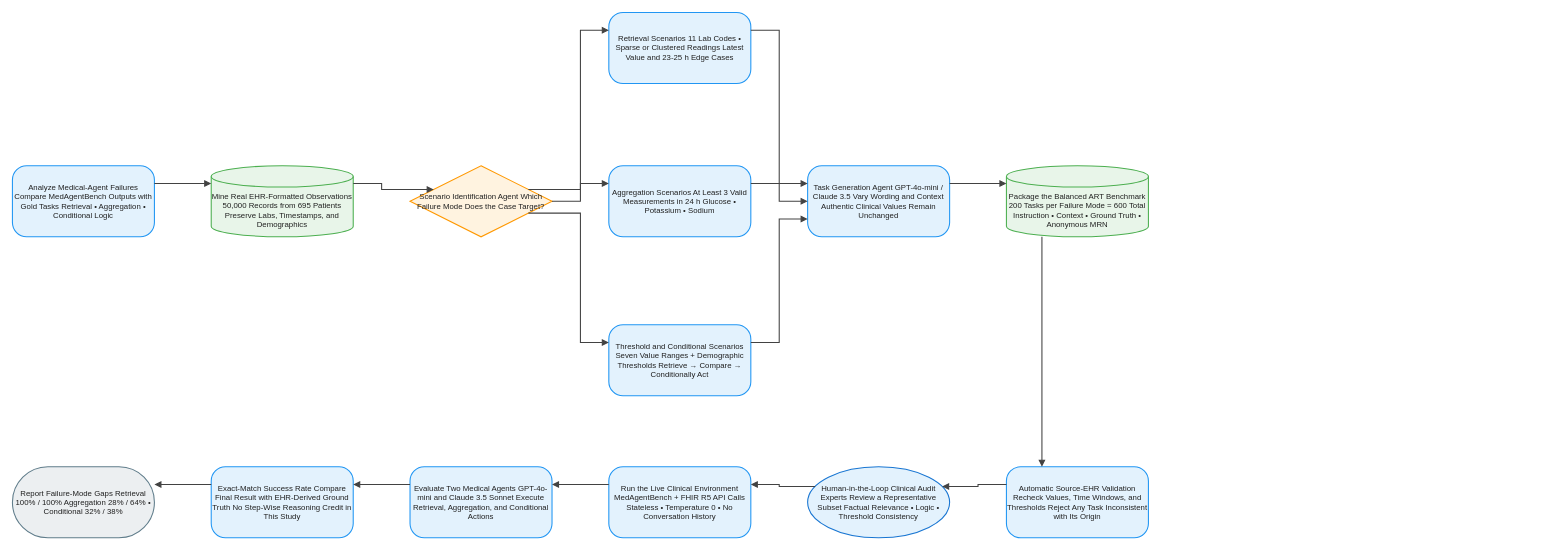
Above: client/public/drawio/ART/ART.en.drawio in joe1chief/benchmark-hub (draw.io), before the change. Source tidied: cells renumbered, new cells numbered last; positions are measured from the earlier drawing's top-left corner, leaving out a move shared by most shapes. Both pictures are drawn from the tidied source at 71%, with x=0, y=0 at pixel (12, 12).
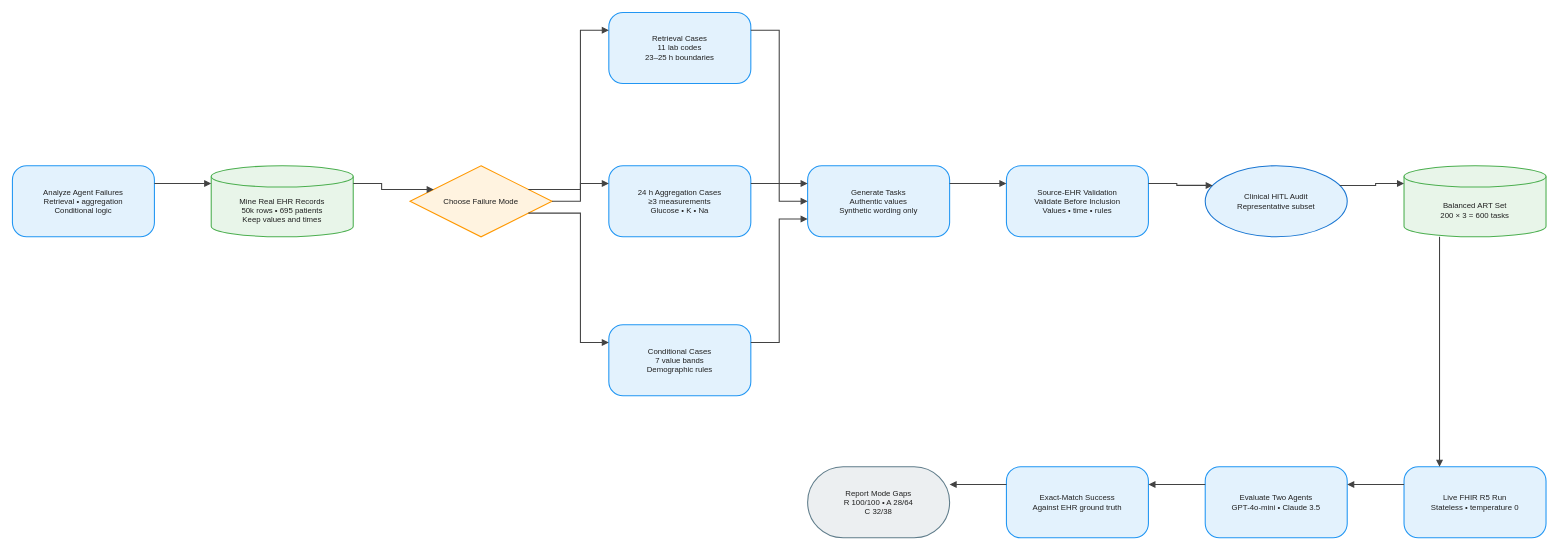
The same diagram, later.

Diff of the diagram source:
```diff
@@
-    <mxCell id="2" value="Analyze Medical-Agent Failures Compare MedAgentBench Outputs with Gold Tasks Retrieval • Aggregation • Conditional Logic" style="rounded=1;arcSize=20;html=1;whiteSpace=wrap;fillColor=#E3F2FD;strokeColor=#2196F3;strokeWidth=1.5;fontColor=#212121;fontSize=11;fontFamily=Arial, Helvetica, sans-serif;verticalAlign=middle;align=center;" parent="1" vertex="1">
+    <mxCell id="2" value="Analyze Agent Failures&#10;Retrieval • aggregation&#10;Conditional logic" style="rounded=1;arcSize=20;html=0;convertToSvg=1;whiteSpace=wrap;fillColor=#E3F2FD;strokeColor=#2196F3;strokeWidth=1.5;fontColor=#212121;fontSize=11;fontFamily=Arial, Helvetica, sans-serif;verticalAlign=middle;align=center;" parent="1" vertex="1">
       <mxGeometry y="216" width="200" height="100" as="geometry" />
     </mxCell>
-    <mxCell id="3" value="Mine Real EHR-Formatted Observations 50,000 Records from 695 Patients Preserve Labs, Timestamps, and Demographics" style="shape=cylinder3;boundedLbl=1;backgroundOutline=1;size=15;html=1;whiteSpace=wrap;fillColor=#E8F5E9;strokeColor=#4CAF50;strokeWidth=1.5;fontColor=#212121;fontSize=11;fontFamily=Arial, Helvetica, sans-serif;verticalAlign=middle;align=center;" parent="1" vertex="1">
+    <mxCell id="3" value="Mine Real EHR Records&#10;50k rows • 695 patients&#10;Keep values and times" style="shape=cylinder3;boundedLbl=1;backgroundOutline=1;size=15;html=0;convertToSvg=1;whiteSpace=wrap;fillColor=#E8F5E9;strokeColor=#4CAF50;strokeWidth=1.5;fontColor=#212121;fontSize=11;fontFamily=Arial, Helvetica, sans-serif;verticalAlign=middle;align=center;" parent="1" vertex="1">
       <mxGeometry x="280" y="216" width="200" height="100" as="geometry" />
     </mxCell>
-    <mxCell id="4" value="Scenario Identification Agent Which Failure Mode Does the Case Target?" style="rhombus;html=1;whiteSpace=wrap;fillColor=#FFF3E0;strokeColor=#FF9800;strokeWidth=1.5;fontColor=#212121;fontSize=11;fontFamily=Arial, Helvetica, sans-serif;verticalAlign=middle;align=center;" parent="1" vertex="1">
+    <mxCell id="4" value="Choose Failure Mode" style="rhombus;html=0;convertToSvg=1;whiteSpace=wrap;fillColor=#FFF3E0;strokeColor=#FF9800;strokeWidth=1.5;fontColor=#212121;fontSize=11;fontFamily=Arial, Helvetica, sans-serif;verticalAlign=middle;align=center;" parent="1" vertex="1">
       <mxGeometry x="560" y="216" width="200" height="100" as="geometry" />
     </mxCell>
-    <mxCell id="5" value="Retrieval Scenarios 11 Lab Codes • Sparse or Clustered Readings Latest Value and 23-25 h Edge Cases" style="rounded=1;arcSize=20;html=1;whiteSpace=wrap;fillColor=#E3F2FD;strokeColor=#2196F3;strokeWidth=1.5;fontColor=#212121;fontSize=11;fontFamily=Arial, Helvetica, sans-serif;verticalAlign=middle;align=center;" parent="1" vertex="1">
+    <mxCell id="5" value="Retrieval Cases&#10;11 lab codes&#10;23–25 h boundaries" style="rounded=1;arcSize=20;html=0;convertToSvg=1;whiteSpace=wrap;fillColor=#E3F2FD;strokeColor=#2196F3;strokeWidth=1.5;fontColor=#212121;fontSize=11;fontFamily=Arial, Helvetica, sans-serif;verticalAlign=middle;align=center;" parent="1" vertex="1">
       <mxGeometry x="840" width="200" height="100" as="geometry" />
     </mxCell>
-    <mxCell id="6" value="Aggregation Scenarios At Least 3 Valid Measurements in 24 h Glucose • Potassium • Sodium" style="rounded=1;arcSize=20;html=1;whiteSpace=wrap;fillColor=#E3F2FD;strokeColor=#2196F3;strokeWidth=1.5;fontColor=#212121;fontSize=11;fontFamily=Arial, Helvetica, sans-serif;verticalAlign=middle;align=center;" parent="1" vertex="1">
+    <mxCell id="6" value="24 h Aggregation Cases&#10;≥3 measurements&#10;Glucose • K • Na" style="rounded=1;arcSize=20;html=0;convertToSvg=1;whiteSpace=wrap;fillColor=#E3F2FD;strokeColor=#2196F3;strokeWidth=1.5;fontColor=#212121;fontSize=11;fontFamily=Arial, Helvetica, sans-serif;verticalAlign=middle;align=center;" parent="1" vertex="1">
       <mxGeometry x="840" y="216" width="200" height="100" as="geometry" />
     </mxCell>
-    <mxCell id="7" value="Threshold and Conditional Scenarios Seven Value Ranges + Demographic Thresholds Retrieve → Compare → Conditionally Act" style="rounded=1;arcSize=20;html=1;whiteSpace=wrap;fillColor=#E3F2FD;strokeColor=#2196F3;strokeWidth=1.5;fontColor=#212121;fontSize=11;fontFamily=Arial, Helvetica, sans-serif;verticalAlign=middle;align=center;" parent="1" vertex="1">
+    <mxCell id="7" value="Conditional Cases&#10;7 value bands&#10;Demographic rules" style="rounded=1;arcSize=20;html=0;convertToSvg=1;whiteSpace=wrap;fillColor=#E3F2FD;strokeColor=#2196F3;strokeWidth=1.5;fontColor=#212121;fontSize=11;fontFamily=Arial, Helvetica, sans-serif;verticalAlign=middle;align=center;" parent="1" vertex="1">
       <mxGeometry x="840" y="440" width="200" height="100" as="geometry" />
     </mxCell>
-    <mxCell id="8" value="Task Generation Agent GPT-4o-mini / Claude 3.5 Vary Wording and Context Authentic Clinical Values Remain Unchanged" style="rounded=1;arcSize=20;html=1;whiteSpace=wrap;fillColor=#E3F2FD;strokeColor=#2196F3;strokeWidth=1.5;fontColor=#212121;fontSize=11;fontFamily=Arial, Helvetica, sans-serif;verticalAlign=middle;align=center;" parent="1" vertex="1">
+    <mxCell id="8" value="Generate Tasks&#10;Authentic values&#10;Synthetic wording only" style="rounded=1;arcSize=20;html=0;convertToSvg=1;whiteSpace=wrap;fillColor=#E3F2FD;strokeColor=#2196F3;strokeWidth=1.5;fontColor=#212121;fontSize=11;fontFamily=Arial, Helvetica, sans-serif;verticalAlign=middle;align=center;" parent="1" vertex="1">
       <mxGeometry x="1120" y="216" width="200" height="100" as="geometry" />
     </mxCell>
-    <mxCell id="9" value="Package the Balanced ART Benchmark 200 Tasks per Failure Mode = 600 Total Instruction • Context • Ground Truth • Anonymous MRN" style="shape=cylinder3;boundedLbl=1;backgroundOutline=1;size=15;html=1;whiteSpace=wrap;fillColor=#E8F5E9;strokeColor=#4CAF50;strokeWidth=1.5;fontColor=#212121;fontSize=11;fontFamily=Arial, Helvetica, sans-serif;verticalAlign=middle;align=center;" parent="1" vertex="1">
-      <mxGeometry x="1400" y="216" width="200" height="100" as="geometry" />
+    <mxCell id="9" value="Balanced ART Set&#10;200 × 3 = 600 tasks" style="shape=cylinder3;boundedLbl=1;backgroundOutline=1;size=15;html=0;convertToSvg=1;whiteSpace=wrap;fillColor=#E8F5E9;strokeColor=#4CAF50;strokeWidth=1.5;fontColor=#212121;fontSize=11;fontFamily=Arial, Helvetica, sans-serif;verticalAlign=middle;align=center;" parent="1" vertex="1">
+      <mxGeometry x="1960" y="216" width="200" height="100" as="geometry" />
     </mxCell>
-    <mxCell id="10" value="Automatic Source-EHR Validation Recheck Values, Time Windows, and Thresholds Reject Any Task Inconsistent with Its Origin" style="rounded=1;arcSize=20;html=1;whiteSpace=wrap;fillColor=#E3F2FD;strokeColor=#2196F3;strokeWidth=1.5;fontColor=#212121;fontSize=11;fontFamily=Arial, Helvetica, sans-serif;verticalAlign=middle;align=center;" parent="1" vertex="1">
-      <mxGeometry x="1400" y="640" width="200" height="100" as="geometry" />
+    <mxCell id="10" value="Source-EHR Validation&#10;Validate Before Inclusion&#10;Values • time • rules" style="rounded=1;arcSize=20;html=0;convertToSvg=1;whiteSpace=wrap;fillColor=#E3F2FD;strokeColor=#2196F3;strokeWidth=1.5;fontColor=#212121;fontSize=11;fontFamily=Arial, Helvetica, sans-serif;verticalAlign=middle;align=center;" parent="1" vertex="1">
+      <mxGeometry x="1400" y="216" width="200" height="100" as="geometry" />
     </mxCell>
-    <mxCell id="11" value="Human-in-the-Loop Clinical Audit Experts Review a Representative Subset Factual Relevance • Logic • Threshold Consistency" style="ellipse;html=1;whiteSpace=wrap;fillColor=#E3F2FD;strokeColor=#1976D2;strokeWidth=1.5;fontColor=#212121;fontSize=11;fontFamily=Arial, Helvetica, sans-serif;verticalAlign=middle;align=center;" parent="1" vertex="1">
-      <mxGeometry x="1120" y="640" width="200" height="100" as="geometry" />
+    <mxCell id="11" value="Clinical HITL Audit&#10;Representative subset" style="ellipse;html=0;convertToSvg=1;whiteSpace=wrap;fillColor=#E3F2FD;strokeColor=#1976D2;strokeWidth=1.5;fontColor=#212121;fontSize=11;fontFamily=Arial, Helvetica, sans-serif;verticalAlign=middle;align=center;" parent="1" vertex="1">
+      <mxGeometry x="1680" y="216" width="200" height="100" as="geometry" />
     </mxCell>
-    <mxCell id="12" value="Run the Live Clinical Environment MedAgentBench + FHIR R5 API Calls Stateless • Temperature 0 • No Conversation History" style="rounded=1;arcSize=20;html=1;whiteSpace=wrap;fillColor=#E3F2FD;strokeColor=#2196F3;strokeWidth=1.5;fontColor=#212121;fontSize=11;fontFamily=Arial, Helvetica, sans-serif;verticalAlign=middle;align=center;" parent="1" vertex="1">
-      <mxGeometry x="840" y="640" width="200" height="100" as="geometry" />
+    <mxCell id="12" value="Live FHIR R5 Run&#10;Stateless • temperature 0" style="rounded=1;arcSize=20;html=0;convertToSvg=1;whiteSpace=wrap;fillColor=#E3F2FD;strokeColor=#2196F3;strokeWidth=1.5;fontColor=#212121;fontSize=11;fontFamily=Arial, Helvetica, sans-serif;verticalAlign=middle;align=center;" parent="1" vertex="1">
+      <mxGeometry x="1960" y="640" width="200" height="100" as="geometry" />
     </mxCell>
-    <mxCell id="13" value="Evaluate Two Medical Agents GPT-4o-mini and Claude 3.5 Sonnet Execute Retrieval, Aggregation, and Conditional Actions" style="rounded=1;arcSize=20;html=1;whiteSpace=wrap;fillColor=#E3F2FD;strokeColor=#2196F3;strokeWidth=1.5;fontColor=#212121;fontSize=11;fontFamily=Arial, Helvetica, sans-serif;verticalAlign=middle;align=center;" parent="1" vertex="1">
-      <mxGeometry x="560" y="640" width="200" height="100" as="geometry" />
+    <mxCell id="13" value="Evaluate Two Agents&#10;GPT-4o-mini • Claude 3.5" style="rounded=1;arcSize=20;html=0;convertToSvg=1;whiteSpace=wrap;fillColor=#E3F2FD;strokeColor=#2196F3;strokeWidth=1.5;fontColor=#212121;fontSize=11;fontFamily=Arial, Helvetica, sans-serif;verticalAlign=middle;align=center;" parent="1" vertex="1">
+      <mxGeometry x="1680" y="640" width="200" height="100" as="geometry" />
     </mxCell>
-    <mxCell id="14" value="Exact-Match Success Rate Compare Final Result with EHR-Derived Ground Truth No Step-Wise Reasoning Credit in This Study" style="rounded=1;arcSize=20;html=1;whiteSpace=wrap;fillColor=#E3F2FD;strokeColor=#2196F3;strokeWidth=1.5;fontColor=#212121;fontSize=11;fontFamily=Arial, Helvetica, sans-serif;verticalAlign=middle;align=center;" parent="1" vertex="1">
-      <mxGeometry x="280" y="640" width="200" height="100" as="geometry" />
+    <mxCell id="14" value="Exact-Match Success&#10;Against EHR ground truth" style="rounded=1;arcSize=20;html=0;convertToSvg=1;whiteSpace=wrap;fillColor=#E3F2FD;strokeColor=#2196F3;strokeWidth=1.5;fontColor=#212121;fontSize=11;fontFamily=Arial, Helvetica, sans-serif;verticalAlign=middle;align=center;" parent="1" vertex="1">
+      <mxGeometry x="1400" y="640" width="200" height="100" as="geometry" />
     </mxCell>
-    <mxCell id="15" value="Report Failure-Mode Gaps Retrieval 100% / 100% Aggregation 28% / 64% • Conditional 32% / 38%" style="rounded=1;arcSize=50;html=1;whiteSpace=wrap;fillColor=#ECEFF1;strokeColor=#607D8B;strokeWidth=1.5;fontColor=#212121;fontSize=11;fontFamily=Arial, Helvetica, sans-serif;verticalAlign=middle;align=center;" parent="1" vertex="1">
-      <mxGeometry y="640" width="200" height="100" as="geometry" />
+    <mxCell id="15" value="Report Mode Gaps&#10;R 100/100 • A 28/64&#10;C 32/38" style="rounded=1;arcSize=50;html=0;convertToSvg=1;whiteSpace=wrap;fillColor=#ECEFF1;strokeColor=#607D8B;strokeWidth=1.5;fontColor=#212121;fontSize=11;fontFamily=Arial, Helvetica, sans-serif;verticalAlign=middle;align=center;" parent="1" vertex="1">
+      <mxGeometry x="1120" y="640" width="200" height="100" as="geometry" />
     </mxCell>
-    <mxCell id="16" style="edgeStyle=orthogonalEdgeStyle;rounded=0;jettySize=auto;html=1;strokeColor=#424242;strokeWidth=1.5;endArrow=block;endFill=1;exitX=1;exitY=0.25;exitDx=0;exitDy=0;entryX=0;entryY=0.25;entryDx=0;entryDy=0;jumpStyle=arc;jumpSize=8;" parent="1" edge="1" source="2" target="3">
+    <mxCell id="16" style="edgeStyle=orthogonalEdgeStyle;rounded=0;jettySize=auto;html=0;convertToSvg=1;strokeColor=#424242;strokeWidth=1.5;endArrow=block;endFill=1;exitX=1;exitY=0.25;exitDx=0;exitDy=0;entryX=0;entryY=0.25;entryDx=0;entryDy=0;jumpStyle=arc;jumpSize=8;" parent="1" edge="1" source="2" target="3">
       <mxGeometry relative="1" as="geometry" />
     </mxCell>
-    <mxCell id="17" style="edgeStyle=orthogonalEdgeStyle;rounded=0;jettySize=auto;html=1;strokeColor=#424242;strokeWidth=1.5;endArrow=block;endFill=1;exitX=1;exitY=0.25;exitDx=0;exitDy=0;entryX=0;entryY=0.25;entryDx=0;entryDy=0;jumpStyle=arc;jumpSize=8;" parent="1" edge="1" source="3" target="4">
+    <mxCell id="17" style="edgeStyle=orthogonalEdgeStyle;rounded=0;jettySize=auto;html=0;convertToSvg=1;strokeColor=#424242;strokeWidth=1.5;endArrow=block;endFill=1;exitX=1;exitY=0.25;exitDx=0;exitDy=0;entryX=0;entryY=0.25;entryDx=0;entryDy=0;jumpStyle=arc;jumpSize=8;" parent="1" edge="1" source="3" target="4">
       <mxGeometry relative="1" as="geometry" />
     </mxCell>
-    <mxCell id="18" style="edgeStyle=orthogonalEdgeStyle;rounded=0;jettySize=auto;html=1;strokeColor=#424242;strokeWidth=1.5;endArrow=block;endFill=1;exitX=1;exitY=0.25;exitDx=0;exitDy=0;entryX=0;entryY=0.25;entryDx=0;entryDy=0;jumpStyle=arc;jumpSize=8;" parent="1" edge="1" source="4" target="5">
+    <mxCell id="18" style="edgeStyle=orthogonalEdgeStyle;rounded=0;jettySize=auto;html=0;convertToSvg=1;strokeColor=#424242;strokeWidth=1.5;endArrow=block;endFill=1;exitX=1;exitY=0.25;exitDx=0;exitDy=0;entryX=0;entryY=0.25;entryDx=0;entryDy=0;jumpStyle=arc;jumpSize=8;" parent="1" edge="1" source="4" target="5">
       <mxGeometry relative="1" as="geometry" />
     </mxCell>
-    <mxCell id="19" style="edgeStyle=orthogonalEdgeStyle;rounded=0;jettySize=auto;html=1;strokeColor=#424242;strokeWidth=1.5;endArrow=block;endFill=1;exitX=1;exitY=0.5;exitDx=0;exitDy=0;entryX=0;entryY=0.25;entryDx=0;entryDy=0;jumpStyle=arc;jumpSize=8;" parent="1" edge="1" source="4" target="6">
+    <mxCell id="19" style="edgeStyle=orthogonalEdgeStyle;rounded=0;jettySize=auto;html=0;convertToSvg=1;strokeColor=#424242;strokeWidth=1.5;endArrow=block;endFill=1;exitX=1;exitY=0.5;exitDx=0;exitDy=0;entryX=0;entryY=0.25;entryDx=0;entryDy=0;jumpStyle=arc;jumpSize=8;" parent="1" edge="1" source="4" target="6">
       <mxGeometry relative="1" as="geometry" />
     </mxCell>
-    <mxCell id="20" style="edgeStyle=orthogonalEdgeStyle;rounded=0;jettySize=auto;html=1;strokeColor=#424242;strokeWidth=1.5;endArrow=block;endFill=1;exitX=1;exitY=0.75;exitDx=0;exitDy=0;entryX=0;entryY=0.25;entryDx=0;entryDy=0;jumpStyle=arc;jumpSize=8;" parent="1" edge="1" source="4" target="7">
+    <mxCell id="20" style="edgeStyle=orthogonalEdgeStyle;rounded=0;jettySize=auto;html=0;convertToSvg=1;strokeColor=#424242;strokeWidth=1.5;endArrow=block;endFill=1;exitX=1;exitY=0.75;exitDx=0;exitDy=0;entryX=0;entryY=0.25;entryDx=0;entryDy=0;jumpStyle=arc;jumpSize=8;" parent="1" edge="1" source="4" target="7">
       <mxGeometry relative="1" as="geometry" />
     </mxCell>
-    <mxCell id="21" style="edgeStyle=orthogonalEdgeStyle;rounded=0;jettySize=auto;html=1;strokeColor=#424242;strokeWidth=1.5;endArrow=block;endFill=1;exitX=1;exitY=0.25;exitDx=0;exitDy=0;entryX=0;entryY=0.25;entryDx=0;entryDy=0;jumpStyle=arc;jumpSize=8;" parent="1" edge="1" source="5" target="8">
+    <mxCell id="21" style="edgeStyle=orthogonalEdgeStyle;rounded=0;jettySize=auto;html=0;convertToSvg=1;strokeColor=#424242;strokeWidth=1.5;endArrow=block;endFill=1;exitX=1;exitY=0.25;exitDx=0;exitDy=0;entryX=0;entryY=0.25;entryDx=0;entryDy=0;jumpStyle=arc;jumpSize=8;" parent="1" edge="1" source="5" target="8">
       <mxGeometry relative="1" as="geometry" />
     </mxCell>
-    <mxCell id="22" style="edgeStyle=orthogonalEdgeStyle;rounded=0;jettySize=auto;html=1;strokeColor=#424242;strokeWidth=1.5;endArrow=block;endFill=1;exitX=1;exitY=0.25;exitDx=0;exitDy=0;entryX=0;entryY=0.5;entryDx=0;entryDy=0;jumpStyle=arc;jumpSize=8;" parent="1" edge="1" source="6" target="8">
+    <mxCell id="22" style="edgeStyle=orthogonalEdgeStyle;rounded=0;jettySize=auto;html=0;convertToSvg=1;strokeColor=#424242;strokeWidth=1.5;endArrow=block;endFill=1;exitX=1;exitY=0.25;exitDx=0;exitDy=0;entryX=0;entryY=0.5;entryDx=0;entryDy=0;jumpStyle=arc;jumpSize=8;" parent="1" edge="1" source="6" target="8">
       <mxGeometry relative="1" as="geometry" />
     </mxCell>
-    <mxCell id="23" style="edgeStyle=orthogonalEdgeStyle;rounded=0;jettySize=auto;html=1;strokeColor=#424242;strokeWidth=1.5;endArrow=block;endFill=1;exitX=1;exitY=0.25;exitDx=0;exitDy=0;entryX=0;entryY=0.75;entryDx=0;entryDy=0;jumpStyle=arc;jumpSize=8;" parent="1" edge="1" source="7" target="8">
+    <mxCell id="23" style="edgeStyle=orthogonalEdgeStyle;rounded=0;jettySize=auto;html=0;convertToSvg=1;strokeColor=#424242;strokeWidth=1.5;endArrow=block;endFill=1;exitX=1;exitY=0.25;exitDx=0;exitDy=0;entryX=0;entryY=0.75;entryDx=0;entryDy=0;jumpStyle=arc;jumpSize=8;" parent="1" edge="1" source="7" target="8">
       <mxGeometry relative="1" as="geometry" />
     </mxCell>
-    <mxCell id="24" style="edgeStyle=orthogonalEdgeStyle;rounded=0;jettySize=auto;html=1;strokeColor=#424242;strokeWidth=1.5;endArrow=block;endFill=1;exitX=1;exitY=0.25;exitDx=0;exitDy=0;entryX=0;entryY=0.25;entryDx=0;entryDy=0;jumpStyle=arc;jumpSize=8;" parent="1" edge="1" source="8" target="9">
+    <mxCell id="24" style="edgeStyle=orthogonalEdgeStyle;rounded=0;jettySize=auto;html=0;convertToSvg=1;strokeColor=#424242;strokeWidth=1.5;endArrow=block;endFill=1;exitX=1;exitY=0.25;exitDx=0;exitDy=0;entryX=0;entryY=0.25;entryDx=0;entryDy=0;jumpStyle=arc;jumpSize=8;" parent="1" edge="1" source="8" target="10">
       <mxGeometry relative="1" as="geometry" />
     </mxCell>
-    <mxCell id="25" style="edgeStyle=orthogonalEdgeStyle;rounded=0;jettySize=auto;html=1;strokeColor=#424242;strokeWidth=1.5;endArrow=block;endFill=1;exitX=0.25;exitY=1;exitDx=0;exitDy=0;entryX=0.25;entryY=0;entryDx=0;entryDy=0;jumpStyle=arc;jumpSize=8;" parent="1" edge="1" source="9" target="10">
+    <mxCell id="25" style="edgeStyle=orthogonalEdgeStyle;rounded=0;jettySize=auto;html=0;convertToSvg=1;strokeColor=#424242;strokeWidth=1.5;endArrow=block;endFill=1;exitX=1;exitY=0.25;exitDx=0;exitDy=0;entryX=0;entryY=0.25;entryDx=0;entryDy=0;jumpStyle=arc;jumpSize=8;" parent="1" edge="1" source="10" target="11">
       <mxGeometry relative="1" as="geometry" />
     </mxCell>
-    <mxCell id="26" style="edgeStyle=orthogonalEdgeStyle;rounded=0;jettySize=auto;html=1;strokeColor=#424242;strokeWidth=1.5;endArrow=block;endFill=1;exitX=0;exitY=0.25;exitDx=0;exitDy=0;entryX=1;entryY=0.25;entryDx=0;entryDy=0;jumpStyle=arc;jumpSize=8;" parent="1" edge="1" source="10" target="11">
+    <mxCell id="26" style="edgeStyle=orthogonalEdgeStyle;rounded=0;jettySize=auto;html=0;convertToSvg=1;strokeColor=#424242;strokeWidth=1.5;endArrow=block;endFill=1;exitX=1;exitY=0.25;exitDx=0;exitDy=0;entryX=0;entryY=0.25;entryDx=0;entryDy=0;jumpStyle=arc;jumpSize=8;" parent="1" edge="1" source="11" target="9">
       <mxGeometry relative="1" as="geometry" />
     </mxCell>
-    <mxCell id="27" style="edgeStyle=orthogonalEdgeStyle;rounded=0;jettySize=auto;html=1;strokeColor=#424242;strokeWidth=1.5;endArrow=block;endFill=1;exitX=0;exitY=0.25;exitDx=0;exitDy=0;entryX=1;entryY=0.25;entryDx=0;entryDy=0;jumpStyle=arc;jumpSize=8;" parent="1" edge="1" source="11" target="12">
+    <mxCell id="27" style="edgeStyle=orthogonalEdgeStyle;rounded=0;jettySize=auto;html=0;convertToSvg=1;strokeColor=#424242;strokeWidth=1.5;endArrow=block;endFill=1;exitX=0.25;exitY=1;exitDx=0;exitDy=0;entryX=0.25;entryY=0;entryDx=0;entryDy=0;jumpStyle=arc;jumpSize=8;" parent="1" edge="1" source="9" target="12">
       <mxGeometry relative="1" as="geometry" />
     </mxCell>
-    <mxCell id="28" style="edgeStyle=orthogonalEdgeStyle;rounded=0;jettySize=auto;html=1;strokeColor=#424242;strokeWidth=1.5;endArrow=block;endFill=1;exitX=0;exitY=0.25;exitDx=0;exitDy=0;entryX=1;entryY=0.25;entryDx=0;entryDy=0;jumpStyle=arc;jumpSize=8;" parent="1" edge="1" source="12" target="13">
+    <mxCell id="28" style="edgeStyle=orthogonalEdgeStyle;rounded=0;jettySize=auto;html=0;convertToSvg=1;strokeColor=#424242;strokeWidth=1.5;endArrow=block;endFill=1;exitX=0;exitY=0.25;exitDx=0;exitDy=0;entryX=1;entryY=0.25;entryDx=0;entryDy=0;jumpStyle=arc;jumpSize=8;" parent="1" edge="1" source="12" target="13">
       <mxGeometry relative="1" as="geometry" />
     </mxCell>
-    <mxCell id="29" style="edgeStyle=orthogonalEdgeStyle;rounded=0;jettySize=auto;html=1;strokeColor=#424242;strokeWidth=1.5;endArrow=block;endFill=1;exitX=0;exitY=0.25;exitDx=0;exitDy=0;entryX=1;entryY=0.25;entryDx=0;entryDy=0;jumpStyle=arc;jumpSize=8;" parent="1" edge="1" source="13" target="14">
+    <mxCell id="29" style="edgeStyle=orthogonalEdgeStyle;rounded=0;jettySize=auto;html=0;convertToSvg=1;strokeColor=#424242;strokeWidth=1.5;endArrow=block;endFill=1;exitX=0;exitY=0.25;exitDx=0;exitDy=0;entryX=1;entryY=0.25;entryDx=0;entryDy=0;jumpStyle=arc;jumpSize=8;" parent="1" edge="1" source="13" target="14">
       <mxGeometry relative="1" as="geometry" />
     </mxCell>
-    <mxCell id="30" style="edgeStyle=orthogonalEdgeStyle;rounded=0;jettySize=auto;html=1;strokeColor=#424242;strokeWidth=1.5;endArrow=block;endFill=1;exitX=0;exitY=0.25;exitDx=0;exitDy=0;entryX=1;entryY=0.25;entryDx=0;entryDy=0;jumpStyle=arc;jumpSize=8;" parent="1" edge="1" source="14" target="15">
+    <mxCell id="30" style="edgeStyle=orthogonalEdgeStyle;rounded=0;jettySize=auto;html=0;convertToSvg=1;strokeColor=#424242;strokeWidth=1.5;endArrow=block;endFill=1;exitX=0;exitY=0.25;exitDx=0;exitDy=0;entryX=1;entryY=0.25;entryDx=0;entryDy=0;jumpStyle=arc;jumpSize=8;" parent="1" edge="1" source="14" target="15">
       <mxGeometry relative="1" as="geometry" />
     </mxCell>
```
